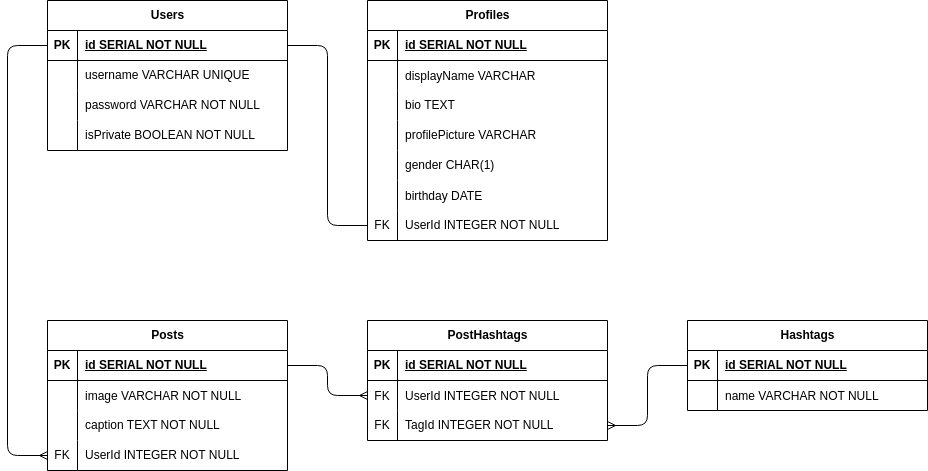
arnold-utama/pair-project-p1 keeps this draw.io diagram as erd.drawio.png. Above is the earlier version. Source tidied: cells renumbered, new cells last; positions are measured from the earlier drawing's top-left corner, leaving out a move shared by most shapes.
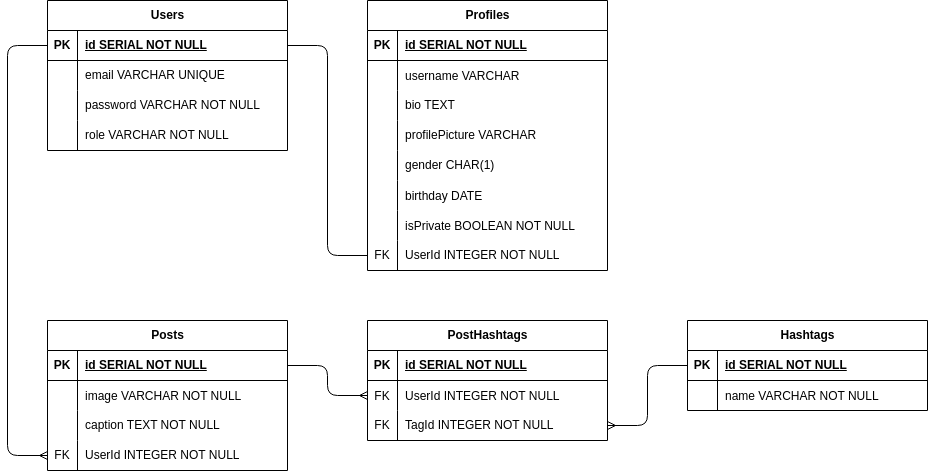
After the commit.

The edit, as a diff of the source:
```diff
@@ -20,7 +20,7 @@
     <mxCell id="7" style="shape=partialRectangle;fillColor=none;top=0;left=0;bottom=0;right=0;overflow=hidden;whiteSpace=wrap;html=1;" parent="6" vertex="1">
       <mxGeometry width="30" height="30" as="geometry" />
     </mxCell>
-    <mxCell id="8" value="username VARCHAR UNIQUE" style="shape=partialRectangle;fillColor=none;top=0;left=0;bottom=0;right=0;align=left;spacingLeft=6;overflow=hidden;whiteSpace=wrap;html=1;" parent="6" vertex="1">
+    <mxCell id="8" value="email VARCHAR UNIQUE" style="shape=partialRectangle;fillColor=none;top=0;left=0;bottom=0;right=0;align=left;spacingLeft=6;overflow=hidden;whiteSpace=wrap;html=1;" parent="6" vertex="1">
       <mxGeometry x="30" width="210" height="30" as="geometry" />
     </mxCell>
     <mxCell id="9" style="shape=tableRow;horizontal=0;startSize=0;swimlaneHead=0;swimlaneBody=0;fillColor=none;top=0;left=0;right=0;bottom=0;" parent="2" vertex="1">
@@ -38,11 +38,11 @@
     <mxCell id="13" style="shape=partialRectangle;fillColor=none;top=0;left=0;bottom=0;right=0;overflow=hidden;whiteSpace=wrap;html=1;" parent="12" vertex="1">
       <mxGeometry width="30" height="30" as="geometry" />
     </mxCell>
-    <mxCell id="14" value="isPrivate BOOLEAN NOT NULL" style="shape=partialRectangle;fillColor=none;top=0;left=0;bottom=0;right=0;align=left;spacingLeft=6;overflow=hidden;whiteSpace=wrap;html=1;" parent="12" vertex="1">
+    <mxCell id="14" value="role VARCHAR NOT NULL" style="shape=partialRectangle;fillColor=none;top=0;left=0;bottom=0;right=0;align=left;spacingLeft=6;overflow=hidden;whiteSpace=wrap;html=1;" parent="12" vertex="1">
       <mxGeometry x="30" width="210" height="30" as="geometry" />
     </mxCell>
     <mxCell id="15" value="Profiles" style="shape=table;startSize=30;rowLines=0;fontStyle=1;align=center;html=1;" parent="1" vertex="1">
-      <mxGeometry x="360" width="240" height="240" as="geometry" />
+      <mxGeometry x="360" width="240" height="270" as="geometry" />
     </mxCell>
     <mxCell id="16" style="shape=tableRow;horizontal=0;startSize=0;swimlaneHead=0;swimlaneBody=0;fillColor=none;top=0;left=0;right=0;bottom=1;" parent="15" vertex="1">
       <mxGeometry y="30" width="240" height="30" as="geometry" />
@@ -59,7 +59,7 @@
     <mxCell id="20" style="shape=partialRectangle;fillColor=none;top=0;left=0;bottom=0;right=0;overflow=hidden;" parent="19" vertex="1">
       <mxGeometry width="30" height="30" as="geometry" />
     </mxCell>
-    <mxCell id="21" value="displayName VARCHAR" style="shape=partialRectangle;fillColor=none;top=0;left=0;bottom=0;right=0;align=left;spacingLeft=6;overflow=hidden;" parent="19" vertex="1">
+    <mxCell id="21" value="username VARCHAR" style="shape=partialRectangle;fillColor=none;top=0;left=0;bottom=0;right=0;align=left;spacingLeft=6;overflow=hidden;" parent="19" vertex="1">
       <mxGeometry x="30" width="210" height="30" as="geometry" />
     </mxCell>
     <mxCell id="22" style="shape=tableRow;horizontal=0;startSize=0;swimlaneHead=0;swimlaneBody=0;fillColor=none;top=0;left=0;right=0;bottom=0;" parent="15" vertex="1">
@@ -98,8 +98,17 @@
     <mxCell id="33" value="birthday DATE" style="shape=partialRectangle;fillColor=none;top=0;left=0;bottom=0;right=0;align=left;spacingLeft=6;overflow=hidden;" parent="31" vertex="1">
       <mxGeometry x="30" width="210" height="30" as="geometry" />
     </mxCell>
+    <mxCell id="71" style="shape=tableRow;horizontal=0;startSize=0;swimlaneHead=0;swimlaneBody=0;fillColor=none;top=0;left=0;right=0;bottom=0;" parent="15" vertex="1">
+      <mxGeometry y="210" width="240" height="30" as="geometry" />
+    </mxCell>
+    <mxCell id="72" style="shape=partialRectangle;fillColor=none;top=0;left=0;bottom=0;right=0;overflow=hidden;" parent="71" vertex="1">
+      <mxGeometry width="30" height="30" as="geometry" />
+    </mxCell>
+    <mxCell id="73" value="isPrivate BOOLEAN NOT NULL" style="shape=partialRectangle;fillColor=none;top=0;left=0;bottom=0;right=0;align=left;spacingLeft=6;overflow=hidden;" parent="71" vertex="1">
+      <mxGeometry x="30" width="210" height="30" as="geometry" />
+    </mxCell>
     <mxCell id="34" style="shape=tableRow;horizontal=0;startSize=0;swimlaneHead=0;swimlaneBody=0;fillColor=none;points=[[0,0.5],[1,0.5]];portConstraint=eastwest;top=0;left=0;right=0;bottom=0;" parent="15" vertex="1">
-      <mxGeometry y="210" width="240" height="30" as="geometry" />
+      <mxGeometry y="240" width="240" height="30" as="geometry" />
     </mxCell>
     <mxCell id="35" value="FK" style="shape=partialRectangle;fillColor=none;top=0;left=0;bottom=0;right=0;fontStyle=0;overflow=hidden;whiteSpace=wrap;html=1;" parent="34" vertex="1">
       <mxGeometry width="30" height="30" as="geometry" />
```
